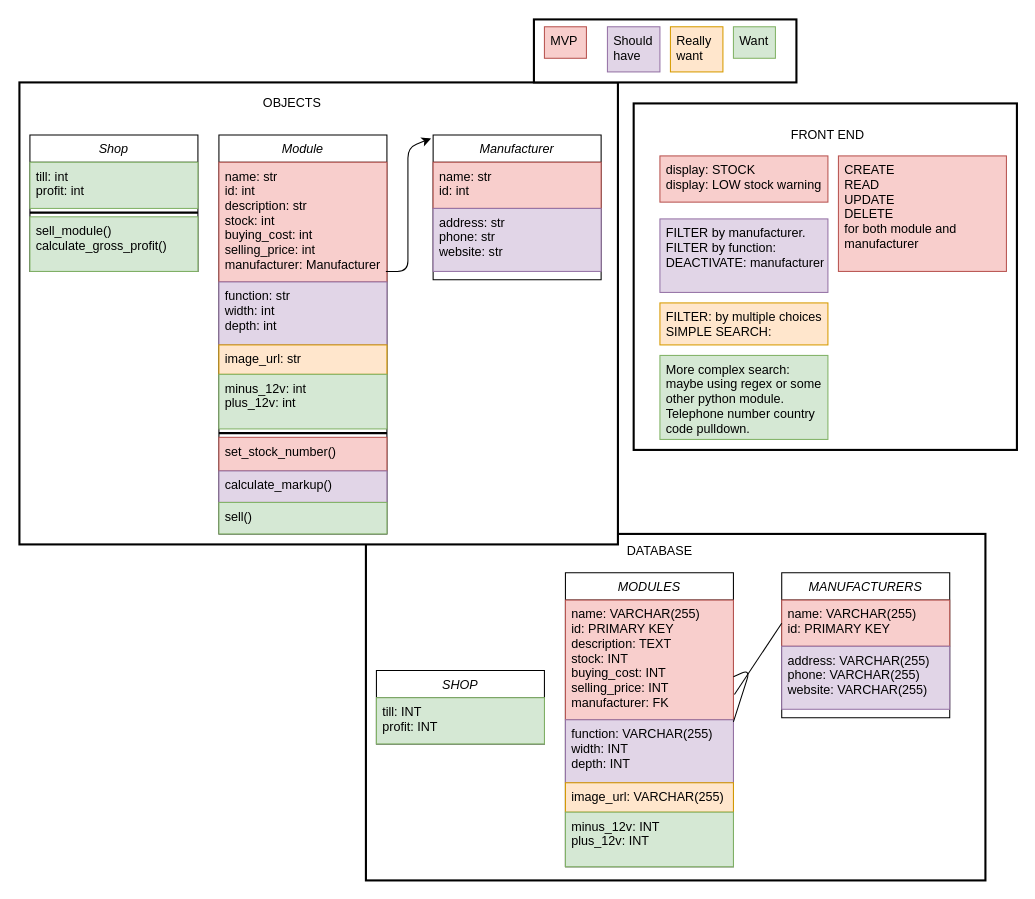
The draw.io diagram class_diagram.drawio in dcallus/Sample-n-Hold, before the edit. Source tidied: cells renumbered, new cells numbered last; positions are measured from the earlier drawing's top-left corner, leaving out a move shared by most shapes. Both pictures are drawn from the tidied source at 105%, with x=0, y=0 at pixel (19, 19).
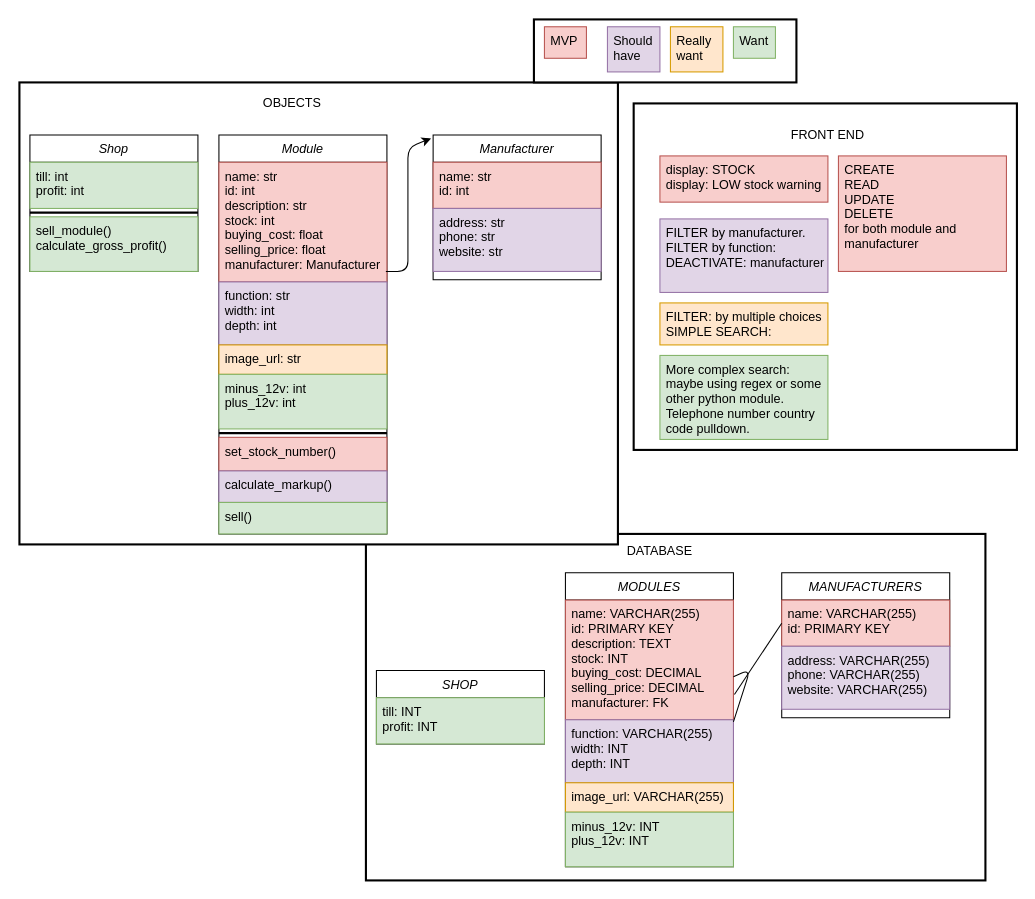
The same diagram, later.

Commit message:
changed diagram so buy/sell = float in object and dec in db

The change refers to these unchanged cells:
```xml
<mxCell id="7" value="Module" style="swimlane;fontStyle=2;align=center;verticalAlign=top;horizontal=1;startSize=26;rounded=0;shadow=0;strokeWidth=1;" parent="6" vertex="1">
  <mxGeometry y="40" width="160" height="380" as="geometry" />
</mxCell>
<mxCell id="41" value="MODULES" style="swimlane;fontStyle=2;align=center;verticalAlign=top;horizontal=1;startSize=26;rounded=0;shadow=0;strokeWidth=1;" parent="40" vertex="1">
  <mxGeometry y="30" width="160" height="280" as="geometry" />
</mxCell>
```

Change to the diagram source:
```diff
@@
-    <mxCell id="8" value="name: str&#10;id: int&#10;description: str&#10;stock: int&#10;buying_cost: int&#10;selling_price: int&#10;manufacturer: Manufacturer&#10;" style="text;align=left;verticalAlign=top;spacingLeft=4;spacingRight=4;overflow=hidden;fillColor=#f8cecc;strokeColor=#b85450;" parent="7" vertex="1">
+    <mxCell id="8" value="name: str&#10;id: int&#10;description: str&#10;stock: int&#10;buying_cost: float&#10;selling_price: float&#10;manufacturer: Manufacturer&#10;" style="text;align=left;verticalAlign=top;spacingLeft=4;spacingRight=4;overflow=hidden;fillColor=#f8cecc;strokeColor=#b85450;" parent="7" vertex="1">
       <mxGeometry y="26" width="160" height="114" as="geometry" />
     </mxCell>
@@
-    <mxCell id="42" value="name: VARCHAR(255)&#10;id: PRIMARY KEY&#10;description: TEXT&#10;stock: INT&#10;buying_cost: INT&#10;selling_price: INT&#10;manufacturer: FK" style="text;align=left;verticalAlign=top;spacingLeft=4;spacingRight=4;overflow=hidden;points=[[0,0.5],[1,0.5]];portConstraint=eastwest;fillColor=#f8cecc;strokeColor=#b85450;" parent="41" vertex="1">
+    <mxCell id="42" value="name: VARCHAR(255)&#10;id: PRIMARY KEY&#10;description: TEXT&#10;stock: INT&#10;buying_cost: DECIMAL&#10;selling_price: DECIMAL&#10;manufacturer: FK" style="text;align=left;verticalAlign=top;spacingLeft=4;spacingRight=4;overflow=hidden;points=[[0,0.5],[1,0.5]];portConstraint=eastwest;fillColor=#f8cecc;strokeColor=#b85450;" parent="41" vertex="1">
       <mxGeometry y="26" width="160" height="114" as="geometry" />
     </mxCell>
```
